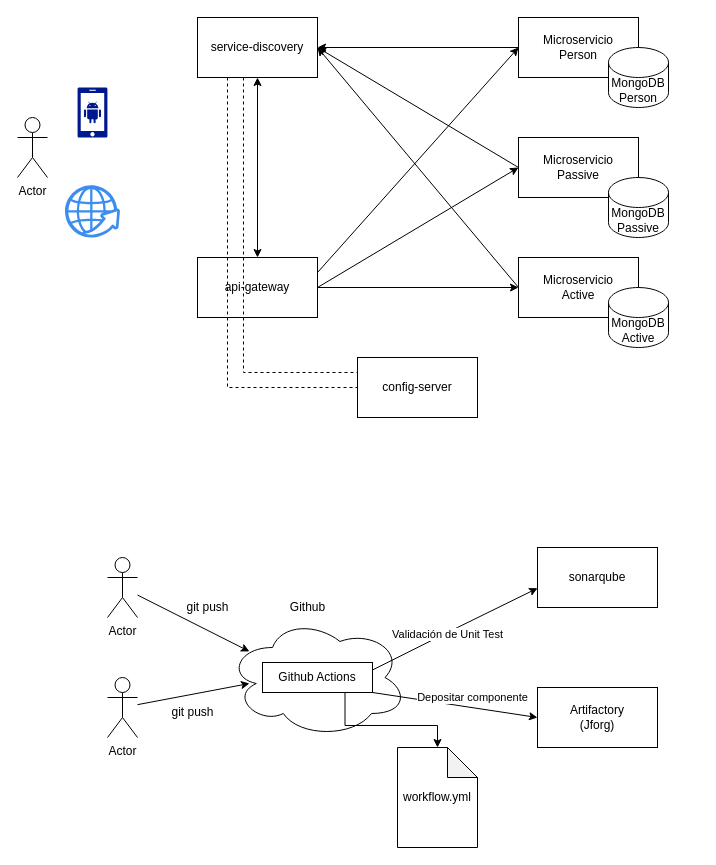
This is Diagrama sin título.drawio from jbenavidesg27/config-repository, a draw.io file, before an edit. Source tidied: cells renumbered, new cells numbered last; positions are measured from the earlier drawing's top-left corner, leaving out a move shared by most shapes. Both pictures are drawn from the tidied source at 100%, with x=0, y=0 at pixel (17, 17).
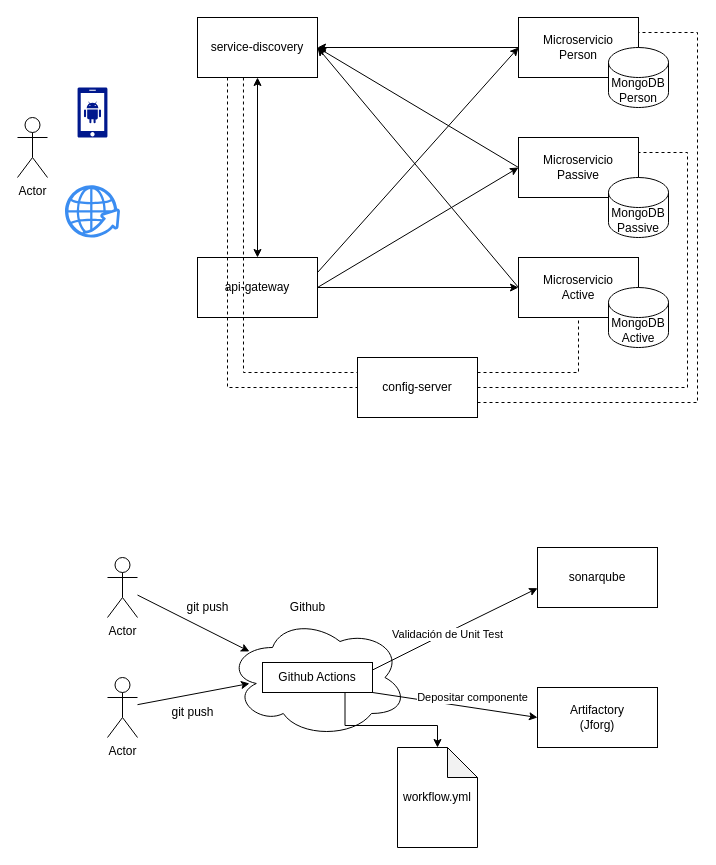
After the change.

The change refers to these unchanged cells:
```xml
<mxCell id="2" value="Microservicio&lt;br&gt;Active" style="rounded=0;whiteSpace=wrap;html=1;" parent="1" vertex="1">
  <mxGeometry x="501" y="240" width="120" height="60" as="geometry" />
</mxCell>
<mxCell id="3" value="Microservicio&lt;br&gt;Passive" style="rounded=0;whiteSpace=wrap;html=1;" parent="1" vertex="1">
  <mxGeometry x="501" y="120" width="120" height="60" as="geometry" />
</mxCell>
<mxCell id="4" value="Microservicio&lt;br&gt;Person" style="rounded=0;whiteSpace=wrap;html=1;" parent="1" vertex="1">
  <mxGeometry x="501" width="120" height="60" as="geometry" />
</mxCell>
<mxCell id="34" value="config-server" style="rounded=0;whiteSpace=wrap;html=1;" parent="1" vertex="1">
  <mxGeometry x="340" y="340" width="120" height="60" as="geometry" />
</mxCell>
```

The edit, as a diff of the source:
```diff
@@
+    <mxCell id="40" style="endArrow=none;dashed=1;html=1;rounded=0;entryX=1;entryY=0.25;entryDx=0;entryDy=0;edgeStyle=orthogonalEdgeStyle;exitX=1;exitY=0.75;exitDx=0;exitDy=0;" parent="1" edge="1" source="34" target="4">
+      <mxGeometry relative="1" as="geometry">
+        <Array as="points">
+          <mxPoint x="680" y="385" />
+          <mxPoint x="680" y="15" />
+        </Array>
+      </mxGeometry>
+    </mxCell>
+    <mxCell id="41" style="endArrow=none;dashed=1;html=1;rounded=0;entryX=1;entryY=0.25;entryDx=0;entryDy=0;edgeStyle=orthogonalEdgeStyle;exitX=1;exitY=0.5;exitDx=0;exitDy=0;" parent="1" edge="1" source="34" target="3">
+      <mxGeometry relative="1" as="geometry">
+        <Array as="points">
+          <mxPoint x="670" y="370" />
+          <mxPoint x="670" y="135" />
+        </Array>
+      </mxGeometry>
+    </mxCell>
+    <mxCell id="42" style="endArrow=none;dashed=1;html=1;rounded=0;entryX=0.5;entryY=1;entryDx=0;entryDy=0;exitX=1;exitY=0.25;exitDx=0;exitDy=0;edgeStyle=orthogonalEdgeStyle;" parent="1" edge="1" source="34" target="2">
+      <mxGeometry relative="1" as="geometry" />
+    </mxCell>
```
